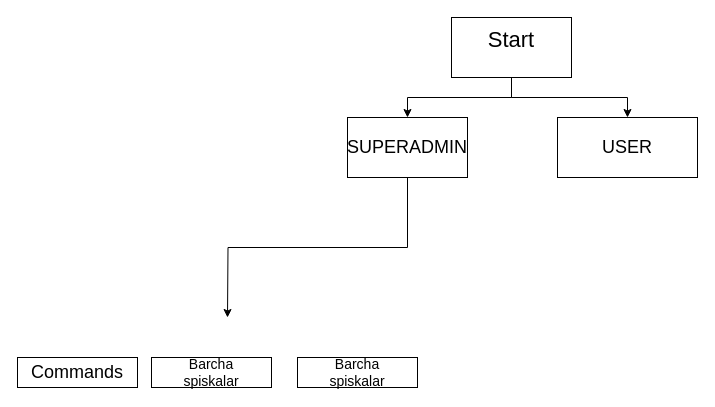
Above: Untitled Diagram.drawio in AmirjonKarimov2007/nakladnoy_printer (draw.io), before the change. Source tidied: cells renumbered, new cells numbered last; positions are measured from the earlier drawing's top-left corner, leaving out a move shared by most shapes. Both pictures are drawn from the tidied source at 100%, with x=0, y=0 at pixel (17, 17).
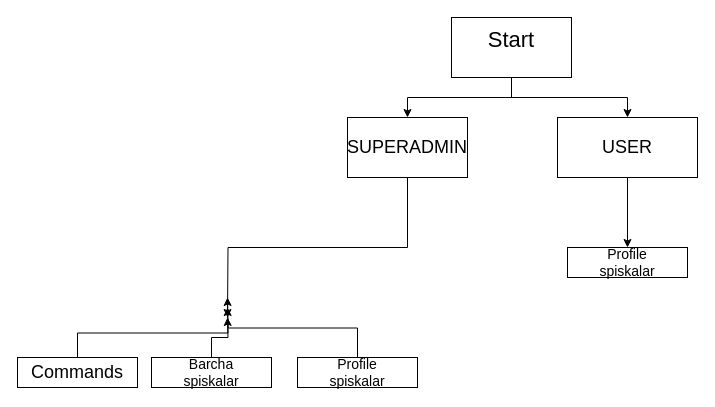
The same page after the edit.

The change refers to these unchanged cells:
```xml
<mxCell id="7" value="&lt;font style=&quot;font-size: 18px;&quot;&gt;Commands&lt;/font&gt;" style="text;html=1;align=center;verticalAlign=middle;whiteSpace=wrap;rounded=0;" parent="1" vertex="1">
  <mxGeometry x="30" y="340" width="60" height="30" as="geometry" />
</mxCell>
<mxCell id="9" value="&lt;font style=&quot;font-size: 14px;&quot;&gt;Barcha spiskalar&lt;/font&gt;" style="text;html=1;align=center;verticalAlign=middle;whiteSpace=wrap;rounded=0;" parent="1" vertex="1">
  <mxGeometry x="164" y="340" width="60" height="30" as="geometry" />
</mxCell>
<mxCell id="14" style="rounded=0;whiteSpace=wrap;html=1;" parent="1" vertex="1">
  <mxGeometry x="540" y="100" width="140" height="60" as="geometry" />
</mxCell>
```

The edit, as a diff of the source:
```diff
@@
+    <mxCell id="17" style="edgeStyle=orthogonalEdgeStyle;rounded=0;jettySize=auto;html=1;exitX=0.5;exitY=0;exitDx=0;exitDy=0;" parent="1" edge="1" source="7">
+      <mxGeometry relative="1" as="geometry">
+        <mxPoint x="210" y="290" as="targetPoint" />
+      </mxGeometry>
+    </mxCell>
@@
+    <mxCell id="18" style="edgeStyle=orthogonalEdgeStyle;rounded=0;jettySize=auto;html=1;exitX=0.5;exitY=0;exitDx=0;exitDy=0;" parent="1" edge="1" source="9">
+      <mxGeometry relative="1" as="geometry">
+        <mxPoint x="210" y="300" as="targetPoint" />
+      </mxGeometry>
+    </mxCell>
@@
+    <mxCell id="19" style="edgeStyle=orthogonalEdgeStyle;rounded=0;jettySize=auto;html=1;exitX=0.5;exitY=0;exitDx=0;exitDy=0;" parent="1" edge="1" source="11">
+      <mxGeometry relative="1" as="geometry">
+        <mxPoint x="210" y="280" as="targetPoint" />
+      </mxGeometry>
+    </mxCell>
-    <mxCell id="11" value="&lt;font style=&quot;font-size: 14px;&quot;&gt;Barcha spiskalar&lt;/font&gt;" style="text;html=1;align=center;verticalAlign=middle;whiteSpace=wrap;rounded=0;" parent="1" vertex="1">
+    <mxCell id="11" value="&lt;font style=&quot;font-size: 14px;&quot;&gt;Profile spiskalar&lt;/font&gt;" style="text;html=1;align=center;verticalAlign=middle;whiteSpace=wrap;rounded=0;" parent="1" vertex="1">
       <mxGeometry x="310" y="340" width="60" height="30" as="geometry" />
     </mxCell>
@@
+    <mxCell id="20" style="edgeStyle=orthogonalEdgeStyle;rounded=0;jettySize=auto;html=1;exitX=0.5;exitY=1;exitDx=0;exitDy=0;entryX=0.5;entryY=0;entryDx=0;entryDy=0;" parent="1" edge="1" source="14" target="22">
+      <mxGeometry relative="1" as="geometry" />
+    </mxCell>
@@
+    <mxCell id="21" style="rounded=0;whiteSpace=wrap;html=1;" parent="1" vertex="1">
+      <mxGeometry x="550" y="230" width="120" height="30" as="geometry" />
+    </mxCell>
+    <mxCell id="22" value="&lt;font style=&quot;font-size: 14px;&quot;&gt;Profile spiskalar&lt;/font&gt;" style="text;html=1;align=center;verticalAlign=middle;whiteSpace=wrap;rounded=0;" parent="1" vertex="1">
+      <mxGeometry x="580" y="230" width="60" height="30" as="geometry" />
+    </mxCell>
```
